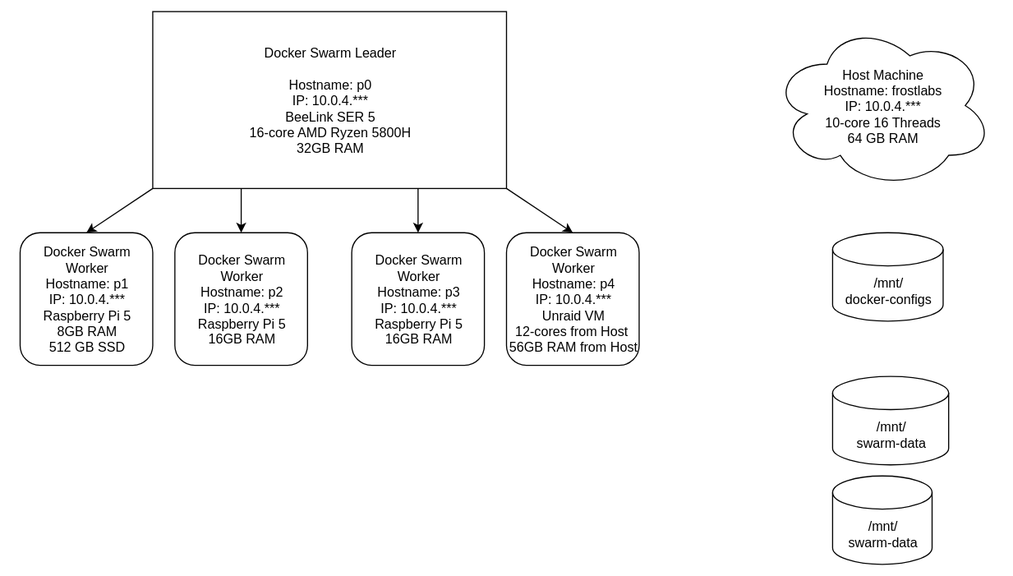
This is Infrastructure Diagram.svg from ghost062591/frostlabs-site, a draw.io export, as it was before one commit. Source tidied: cells renumbered, new cells last; positions are measured from the earlier drawing's top-left corner, leaving out a move shared by most shapes.
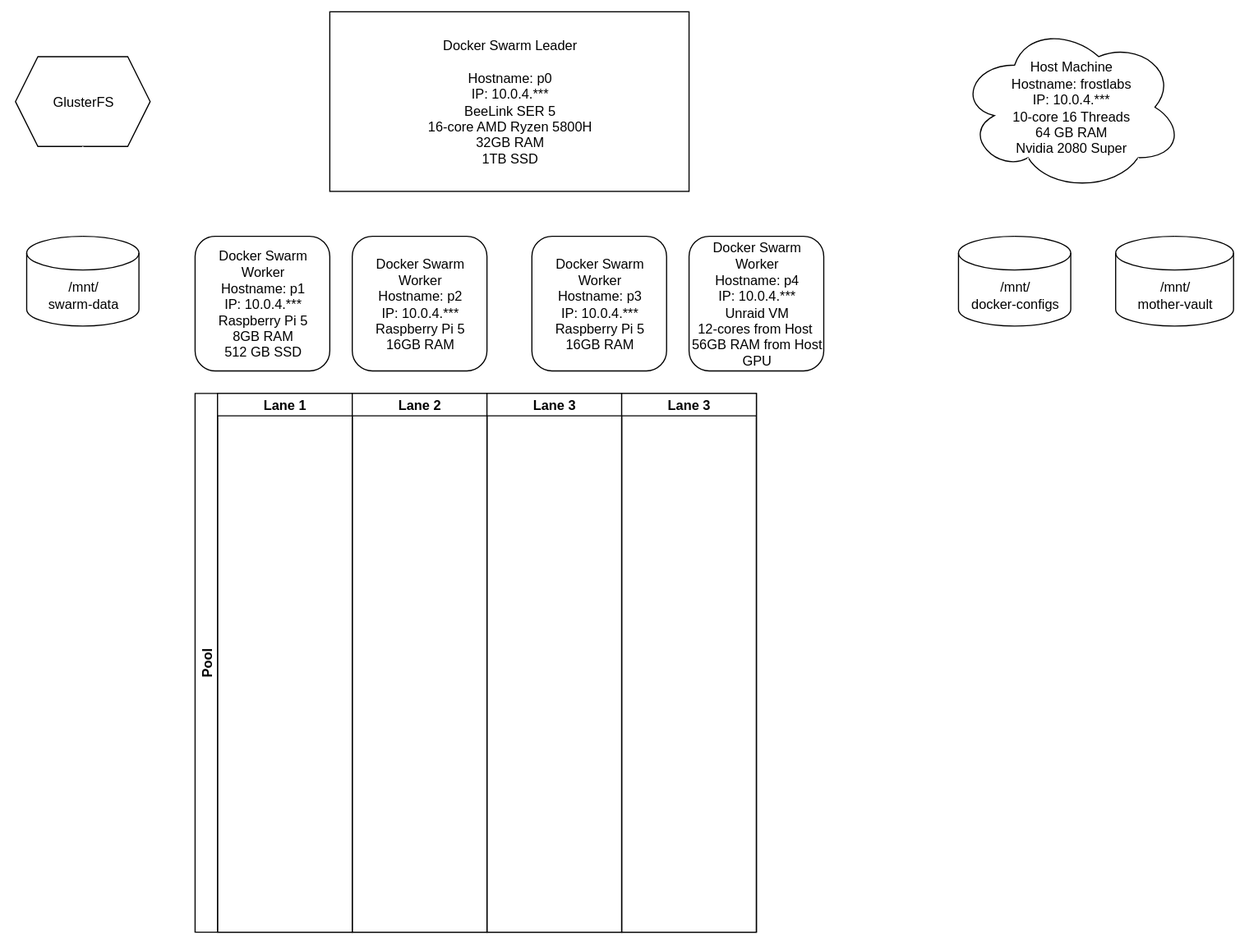
After the change.

Commit message:
DESKTOP-61VDD0K 2025-10-17:9:44:47

Diff of the diagram source:
```diff
@@ -2,19 +2,30 @@
   <root>
     <mxCell id="0" />
     <mxCell id="1" parent="0" />
+    <mxCell id="15" style="shape=link;html=1;entryX=1.008;entryY=0.329;entryDx=0;entryDy=0;entryPerimeter=0;strokeColor=#FFFFFF;" parent="1" edge="1" target="10">
+      <mxGeometry relative="1" as="geometry">
+        <mxPoint x="-50" y="239.5" as="sourcePoint" />
+        <Array as="points">
+          <mxPoint y="239.5" />
+        </Array>
+      </mxGeometry>
+    </mxCell>
-    <mxCell id="2" style="edgeStyle=none;html=1;exitX=0;exitY=1;exitDx=0;exitDy=0;entryX=0.5;entryY=0;entryDx=0;entryDy=0;" parent="1" edge="1" source="6" target="7">
+    <mxCell id="2" style="edgeStyle=none;html=1;exitX=0;exitY=1;exitDx=0;exitDy=0;entryX=0.5;entryY=0;entryDx=0;entryDy=0;strokeColor=#FFFFFF;" parent="1" edge="1" source="6" target="7">
       <mxGeometry relative="1" as="geometry" />
     </mxCell>
-    <mxCell id="3" style="edgeStyle=none;html=1;exitX=0.25;exitY=1;exitDx=0;exitDy=0;entryX=0.5;entryY=0;entryDx=0;entryDy=0;" parent="1" edge="1" source="6" target="8">
+    <mxCell id="3" style="edgeStyle=none;html=1;exitX=0.25;exitY=1;exitDx=0;exitDy=0;entryX=0.5;entryY=0;entryDx=0;entryDy=0;strokeColor=#FFFFFF;" parent="1" edge="1" source="6" target="8">
       <mxGeometry relative="1" as="geometry" />
     </mxCell>
-    <mxCell id="4" style="edgeStyle=none;html=1;exitX=0.75;exitY=1;exitDx=0;exitDy=0;entryX=0.5;entryY=0;entryDx=0;entryDy=0;" parent="1" edge="1" source="6" target="9">
+    <mxCell id="4" style="edgeStyle=none;html=1;exitX=0.75;exitY=1;exitDx=0;exitDy=0;entryX=0.5;entryY=0;entryDx=0;entryDy=0;strokeColor=#FFFFFF;" parent="1" edge="1" source="6" target="9">
       <mxGeometry relative="1" as="geometry" />
     </mxCell>
-    <mxCell id="5" style="edgeStyle=none;html=1;exitX=1;exitY=1;exitDx=0;exitDy=0;entryX=0.5;entryY=0;entryDx=0;entryDy=0;" parent="1" edge="1" source="6" target="10">
+    <mxCell id="5" style="edgeStyle=none;html=1;exitX=1;exitY=1;exitDx=0;exitDy=0;entryX=0.5;entryY=0;entryDx=0;entryDy=0;strokeColor=#FFFFFF;" parent="1" edge="1" source="6" target="10">
       <mxGeometry relative="1" as="geometry" />
     </mxCell>
+    <mxCell id="16" style="edgeStyle=none;html=1;exitX=0;exitY=0.5;exitDx=0;exitDy=0;entryX=1;entryY=0.5;entryDx=0;entryDy=0;strokeColor=#FFFFFF;" parent="1" edge="1" source="6" target="19">
+      <mxGeometry relative="1" as="geometry" />
+    </mxCell>
-    <mxCell id="6" value="Docker Swarm Leader&lt;br&gt;&lt;br&gt;Hostname: p0&lt;br&gt;IP: 10.0.4.***&lt;br&gt;BeeLink SER 5&lt;br&gt;16-core AMD Ryzen 5800H&lt;br&gt;32GB RAM" style="rounded=0;whiteSpace=wrap;html=1;" parent="1" vertex="1">
+    <mxCell id="6" value="Docker Swarm Leader&lt;br&gt;&lt;br&gt;Hostname: p0&lt;br&gt;IP: 10.0.4.***&lt;br&gt;BeeLink SER 5&lt;br&gt;16-core AMD Ryzen 5800H&lt;br&gt;32GB RAM&lt;br&gt;1TB SSD" style="rounded=0;whiteSpace=wrap;html=1;" parent="1" vertex="1">
       <mxGeometry x="120" width="320" height="160" as="geometry" />
     </mxCell>
     <mxCell id="7" value="Docker Swarm Worker&lt;br&gt;Hostname: p1&lt;br&gt;IP: 10.0.4.***&lt;br&gt;Raspberry Pi 5&lt;br&gt;8GB RAM&lt;br&gt;512 GB SSD" style="rounded=1;whiteSpace=wrap;html=1;" parent="1" vertex="1">
@@ -26,20 +37,49 @@
     <mxCell id="9" value="Docker Swarm Worker&lt;br&gt;Hostname: p3&lt;br&gt;IP: 10.0.4.***&lt;br&gt;Raspberry Pi 5&lt;br&gt;16GB RAM" style="rounded=1;whiteSpace=wrap;html=1;" parent="1" vertex="1">
       <mxGeometry x="300" y="200" width="120" height="120" as="geometry" />
     </mxCell>
-    <mxCell id="10" value="Docker Swarm Worker&lt;br&gt;Hostname: p4&lt;br&gt;IP: 10.0.4.***&lt;br&gt;Unraid VM&lt;br&gt;12-cores from Host&amp;nbsp;&lt;br&gt;56GB RAM from Host" style="rounded=1;whiteSpace=wrap;html=1;" parent="1" vertex="1">
+    <mxCell id="10" value="Docker Swarm Worker&lt;br&gt;Hostname: p4&lt;br&gt;IP: 10.0.4.***&lt;br&gt;Unraid VM&lt;br&gt;12-cores from Host&amp;nbsp;&lt;br&gt;56GB RAM from Host&lt;br&gt;GPU" style="rounded=1;whiteSpace=wrap;html=1;" parent="1" vertex="1">
       <mxGeometry x="440" y="200" width="120" height="120" as="geometry" />
     </mxCell>
-    <mxCell id="11" value="Host Machine&lt;br&gt;Hostname: frostlabs&lt;br&gt;IP: 10.0.4.***&lt;br&gt;10-core 16 Threads&lt;br&gt;64 GB RAM" style="ellipse;shape=cloud;whiteSpace=wrap;html=1;" parent="1" vertex="1">
+    <mxCell id="11" value="Host Machine&lt;br&gt;Hostname: frostlabs&lt;br&gt;IP: 10.0.4.***&lt;br&gt;10-core 16 Threads&lt;br&gt;64 GB RAM&lt;br&gt;Nvidia 2080 Super" style="ellipse;shape=cloud;whiteSpace=wrap;html=1;" parent="1" vertex="1">
       <mxGeometry x="680" y="10" width="200" height="150" as="geometry" />
     </mxCell>
-    <mxCell id="12" value="/mnt/&lt;br&gt;swarm-data" style="shape=cylinder3;whiteSpace=wrap;html=1;boundedLbl=1;backgroundOutline=1;size=15;" parent="1" vertex="1">
-      <mxGeometry x="735" y="420" width="90" height="80" as="geometry" />
-    </mxCell>
-    <mxCell id="13" value="/mnt/&lt;br&gt;swarm-data" style="shape=cylinder3;whiteSpace=wrap;html=1;boundedLbl=1;backgroundOutline=1;size=15;" parent="1" vertex="1">
-      <mxGeometry x="735" y="330" width="105" height="80" as="geometry" />
+    <mxCell id="13" value="/mnt/&lt;br&gt;mother-vault" style="shape=cylinder3;whiteSpace=wrap;html=1;boundedLbl=1;backgroundOutline=1;size=15;" parent="1" vertex="1">
+      <mxGeometry x="820" y="200" width="105" height="80" as="geometry" />
     </mxCell>
     <mxCell id="14" value="/mnt/&lt;br&gt;docker-configs" style="shape=cylinder3;whiteSpace=wrap;html=1;boundedLbl=1;backgroundOutline=1;size=15;" parent="1" vertex="1">
-      <mxGeometry x="735" y="200" width="100" height="80" as="geometry" />
+      <mxGeometry x="680" y="200" width="100" height="80" as="geometry" />
     </mxCell>
+    <mxCell id="17" style="edgeStyle=none;html=1;exitX=0.31;exitY=0.8;exitDx=0;exitDy=0;exitPerimeter=0;strokeColor=#FFFFFF;" parent="1" edge="1" source="11">
+      <mxGeometry relative="1" as="geometry">
+        <mxPoint x="730" y="200" as="targetPoint" />
+      </mxGeometry>
+    </mxCell>
+    <mxCell id="18" style="edgeStyle=none;html=1;exitX=0.8;exitY=0.8;exitDx=0;exitDy=0;exitPerimeter=0;entryX=0.5;entryY=0;entryDx=0;entryDy=0;entryPerimeter=0;strokeColor=#FFFFFF;" parent="1" edge="1" source="11" target="13">
+      <mxGeometry relative="1" as="geometry" />
+    </mxCell>
+    <mxCell id="12" value="/mnt/&lt;br&gt;swarm-data" style="shape=cylinder3;whiteSpace=wrap;html=1;boundedLbl=1;backgroundOutline=1;size=15;" parent="1" vertex="1">
+      <mxGeometry x="-150" y="200" width="100" height="80" as="geometry" />
+    </mxCell>
+    <mxCell id="19" value="GlusterFS" style="shape=hexagon;perimeter=hexagonPerimeter2;whiteSpace=wrap;html=1;fixedSize=1;" parent="1" vertex="1">
+      <mxGeometry x="-160" y="40" width="120" height="80" as="geometry" />
+    </mxCell>
+    <mxCell id="20" style="edgeStyle=none;html=1;exitX=0.5;exitY=1;exitDx=0;exitDy=0;entryX=0.5;entryY=0;entryDx=0;entryDy=0;entryPerimeter=0;strokeColor=#FFFFFF;" parent="1" edge="1" source="19" target="12">
+      <mxGeometry relative="1" as="geometry" />
+    </mxCell>
+    <mxCell id="21" value="Pool" style="swimlane;startSize=20;horizontal=0;" parent="1" vertex="1">
+      <mxGeometry y="340" width="500" height="480" as="geometry" />
+    </mxCell>
+    <mxCell id="22" value="Lane 1" style="swimlane;startSize=20;" parent="21" vertex="1">
+      <mxGeometry x="20" width="120" height="480" as="geometry" />
+    </mxCell>
+    <mxCell id="23" value="Lane 2" style="swimlane;startSize=20;" parent="21" vertex="1">
+      <mxGeometry x="140" width="120" height="480" as="geometry" />
+    </mxCell>
+    <mxCell id="24" value="Lane 3" style="swimlane;startSize=20;" parent="21" vertex="1">
+      <mxGeometry x="260" width="120" height="480" as="geometry" />
+    </mxCell>
+    <mxCell id="25" value="Lane 3" style="swimlane;startSize=20;" parent="21" vertex="1">
+      <mxGeometry x="380" width="120" height="480" as="geometry" />
+    </mxCell>
   </root>
 </mxGraphModel>
```
